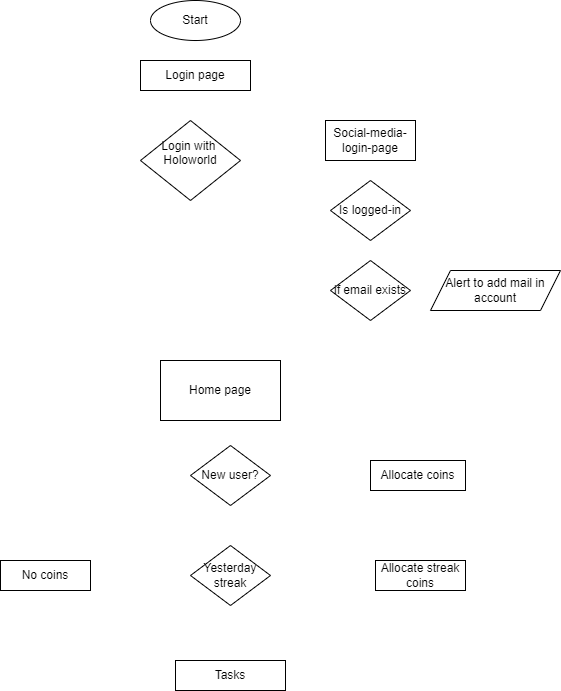
Before: public/Coin-flow-chart.drawio.png, a diagram exported from draw.io (karthiksatish159/googleads). Source tidied: cells renumbered, new cells last; positions are measured from the earlier drawing's top-left corner, leaving out a move shared by most shapes.
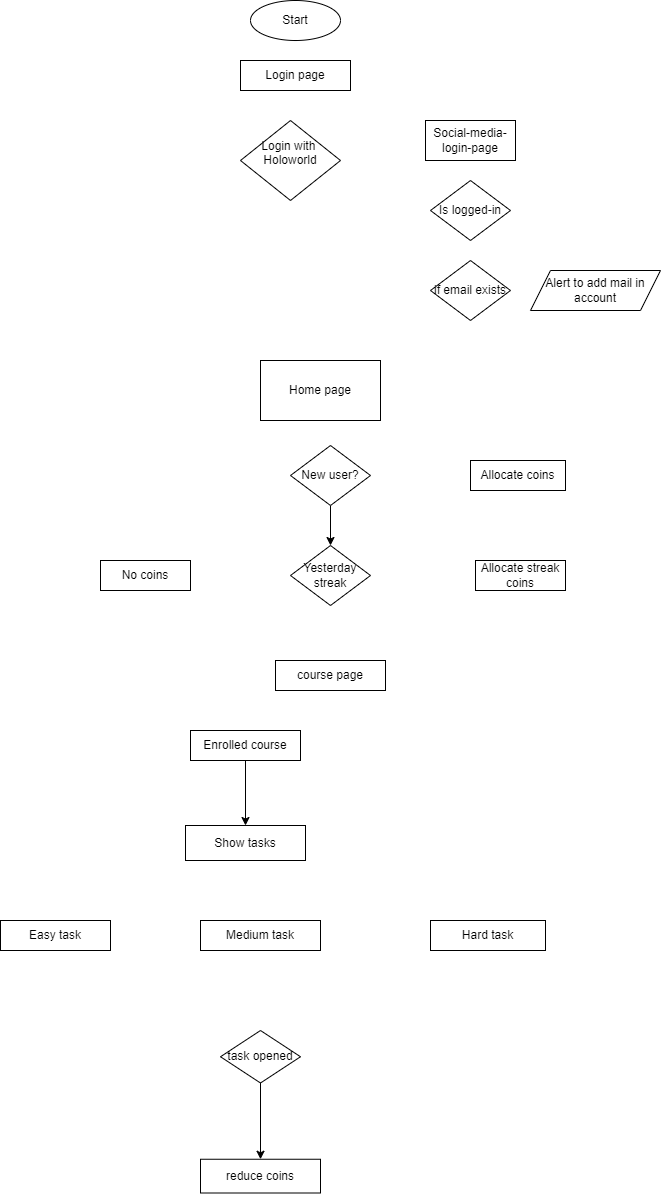
After the change.

Diff of the diagram source:
```diff
@@ -26,6 +26,9 @@
     <mxCell id="9" value="Home page&lt;br&gt;" style="rounded=0;whiteSpace=wrap;html=1;" parent="1" vertex="1">
       <mxGeometry x="160" y="360" width="120" height="60" as="geometry" />
     </mxCell>
+    <mxCell id="16" style="edgeStyle=orthogonalEdgeStyle;rounded=0;jettySize=auto;html=1;" parent="1" edge="1" source="10" target="13">
+      <mxGeometry relative="1" as="geometry" />
+    </mxCell>
     <mxCell id="10" value="New user?&lt;br&gt;" style="rhombus;whiteSpace=wrap;html=1;" parent="1" vertex="1">
       <mxGeometry x="190" y="445" width="80" height="60" as="geometry" />
     </mxCell>
@@ -41,8 +44,35 @@
     <mxCell id="14" value="No coins&lt;br&gt;" style="rounded=0;whiteSpace=wrap;html=1;" parent="1" vertex="1">
       <mxGeometry y="560" width="90" height="30" as="geometry" />
     </mxCell>
-    <mxCell id="15" value="Tasks" style="rounded=0;whiteSpace=wrap;html=1;" parent="1" vertex="1">
+    <mxCell id="15" value="course page" style="rounded=0;whiteSpace=wrap;html=1;" parent="1" vertex="1">
       <mxGeometry x="175" y="660" width="110" height="30" as="geometry" />
     </mxCell>
+    <mxCell id="17" style="edgeStyle=orthogonalEdgeStyle;rounded=0;jettySize=auto;html=1;" parent="1" edge="1" source="18" target="19">
+      <mxGeometry relative="1" as="geometry" />
+    </mxCell>
+    <mxCell id="18" value="Enrolled course" style="rounded=0;whiteSpace=wrap;html=1;" parent="1" vertex="1">
+      <mxGeometry x="90" y="730" width="110" height="30" as="geometry" />
+    </mxCell>
+    <mxCell id="19" value="Show tasks" style="whiteSpace=wrap;html=1;rounded=0;" parent="1" vertex="1">
+      <mxGeometry x="85" y="825" width="120" height="35" as="geometry" />
+    </mxCell>
+    <mxCell id="20" style="edgeStyle=orthogonalEdgeStyle;rounded=0;jettySize=auto;html=1;" parent="1" edge="1" source="21" target="22">
+      <mxGeometry relative="1" as="geometry" />
+    </mxCell>
+    <mxCell id="21" value="task opened" style="rhombus;whiteSpace=wrap;html=1;rounded=0;" parent="1" vertex="1">
+      <mxGeometry x="120" y="1030" width="80" height="52.5" as="geometry" />
+    </mxCell>
+    <mxCell id="22" value="reduce coins" style="whiteSpace=wrap;html=1;rounded=0;" parent="1" vertex="1">
+      <mxGeometry x="100" y="1158.8" width="120" height="33.8" as="geometry" />
+    </mxCell>
+    <mxCell id="23" value="Easy task" style="rounded=0;whiteSpace=wrap;html=1;" parent="1" vertex="1">
+      <mxGeometry x="-100" y="920" width="110" height="30" as="geometry" />
+    </mxCell>
+    <mxCell id="24" value="Medium task" style="rounded=0;whiteSpace=wrap;html=1;" parent="1" vertex="1">
+      <mxGeometry x="100" y="920" width="120" height="30" as="geometry" />
+    </mxCell>
+    <mxCell id="25" value="Hard task" style="rounded=0;whiteSpace=wrap;html=1;" parent="1" vertex="1">
+      <mxGeometry x="330" y="920" width="115" height="30" as="geometry" />
+    </mxCell>
   </root>
 </mxGraphModel>
```
